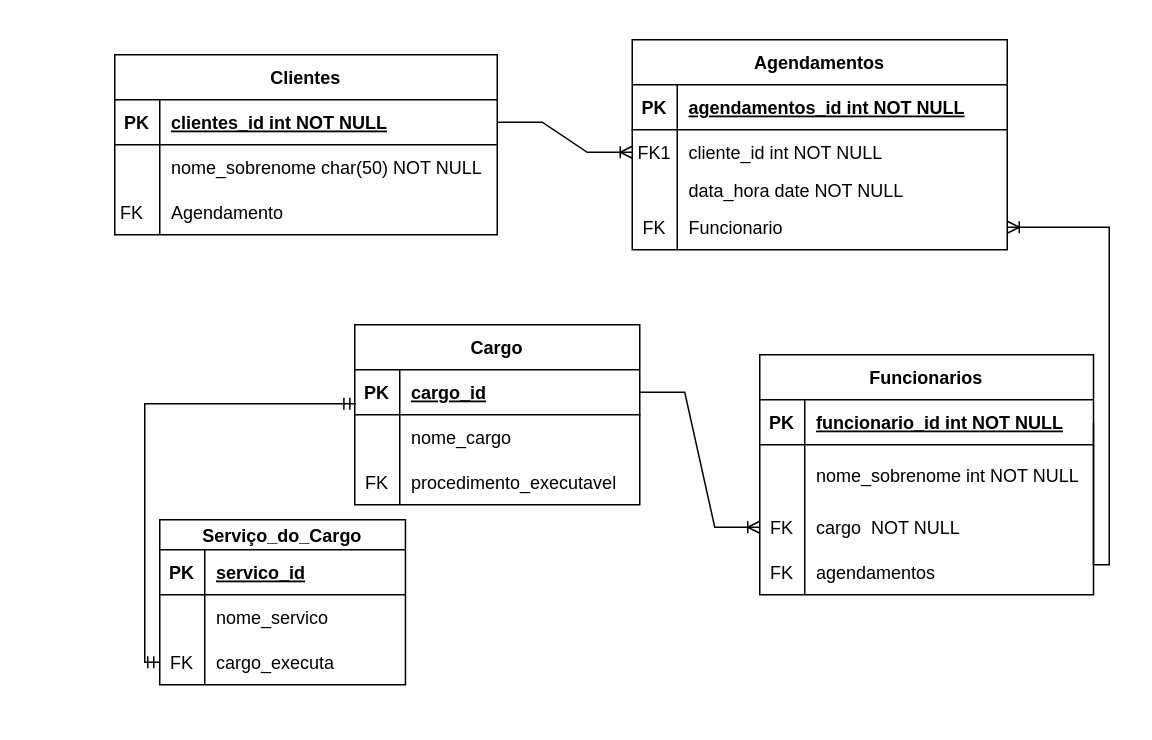
The draw.io diagram Untitled Diagram.drawio in ViniciusTaurisano/ctd-2bi-bancodedados-a9-checkpoint1, before the edit. Source tidied: cells renumbered, new cells numbered last; positions are measured from the earlier drawing's top-left corner, leaving out a move shared by most shapes. Both pictures are drawn from the tidied source at 150%, with x=0, y=0 at pixel (114, 39).
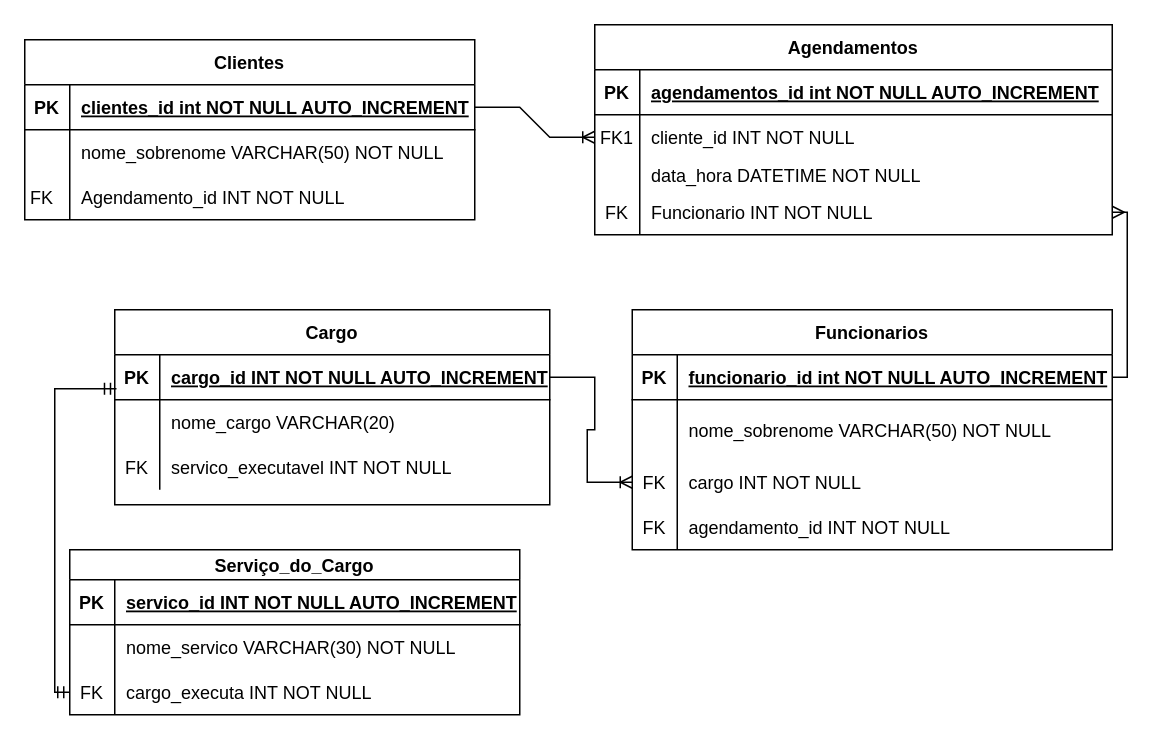
Above is the later version.

Diff of the diagram source:
```diff
@@
     <mxCell id="2" value="Agendamentos" style="shape=table;startSize=30;childLayout=tableLayout;rowLines=0;fontStyle=1;align=center;" parent="1" vertex="1">
-      <mxGeometry x="345" width="250" height="140" as="geometry" />
+      <mxGeometry x="320" y="-10" width="345" height="140" as="geometry" />
     </mxCell>
     <mxCell id="3" style="shape=partialRectangle;fillColor=none;top=0;left=0;right=0;bottom=1;" parent="2" vertex="1">
-      <mxGeometry y="30" width="250" height="30" as="geometry" />
+      <mxGeometry y="30" width="345" height="30" as="geometry" />
     </mxCell>
@@
-    <mxCell id="5" value="agendamentos_id int NOT NULL " style="shape=partialRectangle;overflow=hidden;fillColor=none;top=0;left=0;bottom=0;right=0;align=left;spacingLeft=6;fontStyle=5;" parent="3" vertex="1">
-      <mxGeometry x="30" width="220" height="30" as="geometry" />
+    <mxCell id="5" value="agendamentos_id int NOT NULL AUTO_INCREMENT" style="shape=partialRectangle;overflow=hidden;fillColor=none;top=0;left=0;bottom=0;right=0;align=left;spacingLeft=6;fontStyle=5;" parent="3" vertex="1">
+      <mxGeometry x="30" width="315" height="30" as="geometry" />
     </mxCell>
     <mxCell id="6" style="shape=partialRectangle;fillColor=none;points=[[0,0.5],[1,0.5]];portConstraint=eastwest;top=0;left=0;right=0;bottom=0;" parent="2" vertex="1">
-      <mxGeometry y="60" width="250" height="30" as="geometry" />
+      <mxGeometry y="60" width="345" height="30" as="geometry" />
     </mxCell>
@@
-    <mxCell id="8" value="cliente_id int NOT NULL" style="shape=partialRectangle;overflow=hidden;fillColor=none;top=0;left=0;bottom=0;right=0;align=left;spacingLeft=6;" parent="6" vertex="1">
-      <mxGeometry x="30" width="220" height="30" as="geometry" />
+    <mxCell id="8" value="cliente_id INT NOT NULL" style="shape=partialRectangle;overflow=hidden;fillColor=none;top=0;left=0;bottom=0;right=0;align=left;spacingLeft=6;" parent="6" vertex="1">
+      <mxGeometry x="30" width="315" height="30" as="geometry" />
     </mxCell>
     <mxCell id="9" style="shape=partialRectangle;fillColor=none;top=0;left=0;right=0;bottom=0;" parent="2" vertex="1">
-      <mxGeometry y="90" width="250" height="20" as="geometry" />
+      <mxGeometry y="90" width="345" height="20" as="geometry" />
     </mxCell>
@@
-    <mxCell id="11" value="data_hora date NOT NULL" style="shape=partialRectangle;overflow=hidden;fillColor=none;top=0;left=0;bottom=0;right=0;align=left;spacingLeft=6;" parent="9" vertex="1">
-      <mxGeometry x="30" width="220" height="20" as="geometry" />
+    <mxCell id="11" value="data_hora DATETIME NOT NULL" style="shape=partialRectangle;overflow=hidden;fillColor=none;top=0;left=0;bottom=0;right=0;align=left;spacingLeft=6;" parent="9" vertex="1">
+      <mxGeometry x="30" width="315" height="20" as="geometry" />
     </mxCell>
     <mxCell id="12" style="shape=tableRow;horizontal=0;startSize=0;swimlaneHead=0;swimlaneBody=0;fillColor=none;points=[[0,0.5],[1,0.5]];portConstraint=eastwest;top=0;left=0;right=0;bottom=0;" parent="2" vertex="1">
-      <mxGeometry y="110" width="250" height="30" as="geometry" />
+      <mxGeometry y="110" width="345" height="30" as="geometry" />
     </mxCell>
@@
-    <mxCell id="14" value="Funcionario" style="shape=partialRectangle;fillColor=none;top=0;left=0;bottom=0;right=0;align=left;spacingLeft=6;overflow=hidden;" parent="12" vertex="1">
-      <mxGeometry x="30" width="220" height="30" as="geometry" />
+    <mxCell id="14" value="Funcionario INT NOT NULL" style="shape=partialRectangle;fillColor=none;top=0;left=0;bottom=0;right=0;align=left;spacingLeft=6;overflow=hidden;" parent="12" vertex="1">
+      <mxGeometry x="30" width="315" height="30" as="geometry" />
     </mxCell>
     <mxCell id="15" value="Funcionarios" style="shape=table;startSize=30;childLayout=tableLayout;rowLines=0;fontStyle=1;align=center;" parent="1" vertex="1">
-      <mxGeometry x="430" y="210" width="222.5" height="160" as="geometry" />
+      <mxGeometry x="345" y="180" width="320" height="160" as="geometry" />
     </mxCell>
     <mxCell id="16" style="shape=partialRectangle;fillColor=none;points=[[0,0.5],[1,0.5]];portConstraint=eastwest;top=0;left=0;right=0;bottom=1;" parent="15" vertex="1">
-      <mxGeometry y="30" width="222.5" height="30" as="geometry" />
+      <mxGeometry y="30" width="320" height="30" as="geometry" />
     </mxCell>
@@
-    <mxCell id="18" value="funcionario_id int NOT NULL " style="shape=partialRectangle;overflow=hidden;fillColor=none;top=0;left=0;bottom=0;right=0;align=left;spacingLeft=6;fontStyle=5;" parent="16" vertex="1">
-      <mxGeometry x="30" width="192.5" height="30" as="geometry" />
+    <mxCell id="18" value="funcionario_id int NOT NULL AUTO_INCREMENT" style="shape=partialRectangle;overflow=hidden;fillColor=none;top=0;left=0;bottom=0;right=0;align=left;spacingLeft=6;fontStyle=5;" parent="16" vertex="1">
+      <mxGeometry x="30" width="290" height="30" as="geometry" />
     </mxCell>
     <mxCell id="19" style="shape=partialRectangle;fillColor=none;top=0;left=0;right=0;bottom=0;" parent="15" vertex="1">
-      <mxGeometry y="60" width="222.5" height="40" as="geometry" />
+      <mxGeometry y="60" width="320" height="40" as="geometry" />
     </mxCell>
@@
-    <mxCell id="21" value="nome_sobrenome int NOT NULL" style="shape=partialRectangle;overflow=hidden;fillColor=none;top=0;left=0;bottom=0;right=0;align=left;spacingLeft=6;" parent="19" vertex="1">
-      <mxGeometry x="30" width="192.5" height="40" as="geometry" />
+    <mxCell id="21" value="nome_sobrenome VARCHAR(50) NOT NULL" style="shape=partialRectangle;overflow=hidden;fillColor=none;top=0;left=0;bottom=0;right=0;align=left;spacingLeft=6;" parent="19" vertex="1">
+      <mxGeometry x="30" width="290" height="40" as="geometry" />
     </mxCell>
     <mxCell id="22" style="shape=partialRectangle;fillColor=none;points=[[0,0.5],[1,0.5]];portConstraint=eastwest;top=0;left=0;right=0;bottom=0;" parent="15" vertex="1">
-      <mxGeometry y="100" width="222.5" height="30" as="geometry" />
+      <mxGeometry y="100" width="320" height="30" as="geometry" />
     </mxCell>
@@
-    <mxCell id="24" value="cargo  NOT NULL" style="shape=partialRectangle;overflow=hidden;fillColor=none;top=0;left=0;bottom=0;right=0;align=left;spacingLeft=6;" parent="22" vertex="1">
-      <mxGeometry x="30" width="192.5" height="30" as="geometry" />
+    <mxCell id="24" value="cargo INT NOT NULL" style="shape=partialRectangle;overflow=hidden;fillColor=none;top=0;left=0;bottom=0;right=0;align=left;spacingLeft=6;" parent="22" vertex="1">
+      <mxGeometry x="30" width="290" height="30" as="geometry" />
     </mxCell>
     <mxCell id="25" style="shape=tableRow;horizontal=0;startSize=0;swimlaneHead=0;swimlaneBody=0;fillColor=none;top=0;left=0;right=0;bottom=0;" parent="15" vertex="1">
-      <mxGeometry y="130" width="222.5" height="30" as="geometry" />
+      <mxGeometry y="130" width="320" height="30" as="geometry" />
     </mxCell>
@@
-    <mxCell id="27" value="agendamentos" style="shape=partialRectangle;fillColor=none;top=0;left=0;bottom=0;right=0;align=left;spacingLeft=6;overflow=hidden;" parent="25" vertex="1">
-      <mxGeometry x="30" width="192.5" height="30" as="geometry" />
+    <mxCell id="27" value="agendamento_id INT NOT NULL" style="shape=partialRectangle;fillColor=none;top=0;left=0;bottom=0;right=0;align=left;spacingLeft=6;overflow=hidden;" parent="25" vertex="1">
+      <mxGeometry x="30" width="290" height="30" as="geometry" />
     </mxCell>
     <mxCell id="28" value="Clientes" style="shape=table;startSize=30;childLayout=tableLayout;rowLines=0;fontStyle=1;align=center;" parent="1" vertex="1">
-      <mxGeometry y="10" width="255" height="120" as="geometry" />
+      <mxGeometry x="-60" width="300" height="120" as="geometry" />
     </mxCell>
     <mxCell id="29" style="shape=partialRectangle;fillColor=none;points=[[0,0.5],[1,0.5]];portConstraint=eastwest;top=0;left=0;right=0;bottom=1;" parent="28" vertex="1">
-      <mxGeometry y="30" width="255" height="30" as="geometry" />
+      <mxGeometry y="30" width="300" height="30" as="geometry" />
     </mxCell>
@@
-    <mxCell id="31" value="clientes_id int NOT NULL " style="shape=partialRectangle;overflow=hidden;fillColor=none;top=0;left=0;bottom=0;right=0;align=left;spacingLeft=6;fontStyle=5;" parent="29" vertex="1">
-      <mxGeometry x="30" width="225" height="30" as="geometry" />
+    <mxCell id="31" value="clientes_id int NOT NULL AUTO_INCREMENT" style="shape=partialRectangle;overflow=hidden;fillColor=none;top=0;left=0;bottom=0;right=0;align=left;spacingLeft=6;fontStyle=5;" parent="29" vertex="1">
+      <mxGeometry x="30" width="270" height="30" as="geometry" />
     </mxCell>
     <mxCell id="32" style="shape=partialRectangle;fillColor=none;top=0;left=0;right=0;bottom=0;" parent="28" vertex="1">
-      <mxGeometry y="60" width="255" height="30" as="geometry" />
+      <mxGeometry y="60" width="300" height="30" as="geometry" />
     </mxCell>
@@
-    <mxCell id="34" value="nome_sobrenome char(50) NOT NULL" style="shape=partialRectangle;overflow=hidden;fillColor=none;top=0;left=0;bottom=0;right=0;align=left;spacingLeft=6;" parent="32" vertex="1">
-      <mxGeometry x="30" width="225" height="30" as="geometry" />
+    <mxCell id="34" value="nome_sobrenome VARCHAR(50) NOT NULL" style="shape=partialRectangle;overflow=hidden;fillColor=none;top=0;left=0;bottom=0;right=0;align=left;spacingLeft=6;" parent="32" vertex="1">
+      <mxGeometry x="30" width="270" height="30" as="geometry" />
     </mxCell>
     <mxCell id="35" style="shape=tableRow;horizontal=0;startSize=0;swimlaneHead=0;swimlaneBody=0;fillColor=none;top=0;left=0;right=0;bottom=0;" parent="28" vertex="1">
-      <mxGeometry y="90" width="255" height="30" as="geometry" />
+      <mxGeometry y="90" width="300" height="30" as="geometry" />
     </mxCell>
@@
-    <mxCell id="37" value="Agendamento" style="shape=partialRectangle;fillColor=none;top=0;left=0;bottom=0;right=0;align=left;spacingLeft=6;overflow=hidden;" parent="35" vertex="1">
-      <mxGeometry x="30" width="225" height="30" as="geometry" />
+    <mxCell id="37" value="Agendamento_id INT NOT NULL" style="shape=partialRectangle;fillColor=none;top=0;left=0;bottom=0;right=0;align=left;spacingLeft=6;overflow=hidden;" parent="35" vertex="1">
+      <mxGeometry x="30" width="270" height="30" as="geometry" />
     </mxCell>
     <mxCell id="38" value="Cargo" style="shape=table;startSize=30;childLayout=tableLayout;rowLines=0;fontStyle=1;align=center;" parent="1" vertex="1">
-      <mxGeometry x="160" y="190" width="190" height="120" as="geometry" />
+      <mxGeometry y="180" width="290" height="130" as="geometry" />
     </mxCell>
     <mxCell id="39" style="shape=tableRow;horizontal=0;startSize=0;swimlaneHead=0;swimlaneBody=0;fillColor=none;points=[[0,0.5],[1,0.5]];portConstraint=eastwest;top=0;left=0;right=0;bottom=1;" parent="38" vertex="1">
-      <mxGeometry y="30" width="190" height="30" as="geometry" />
+      <mxGeometry y="30" width="290" height="30" as="geometry" />
     </mxCell>
@@
-    <mxCell id="41" value="cargo_id" style="shape=partialRectangle;fillColor=none;top=0;left=0;bottom=0;right=0;align=left;spacingLeft=6;fontStyle=5;overflow=hidden;" parent="39" vertex="1">
-      <mxGeometry x="30" width="160" height="30" as="geometry" />
+    <mxCell id="41" value="cargo_id INT NOT NULL AUTO_INCREMENT" style="shape=partialRectangle;fillColor=none;top=0;left=0;bottom=0;right=0;align=left;spacingLeft=6;fontStyle=5;overflow=hidden;" parent="39" vertex="1">
+      <mxGeometry x="30" width="260" height="30" as="geometry" />
     </mxCell>
     <mxCell id="42" style="shape=tableRow;horizontal=0;startSize=0;swimlaneHead=0;swimlaneBody=0;fillColor=none;top=0;left=0;right=0;bottom=0;" parent="38" vertex="1">
-      <mxGeometry y="60" width="190" height="30" as="geometry" />
+      <mxGeometry y="60" width="290" height="30" as="geometry" />
     </mxCell>
@@
-    <mxCell id="44" value="nome_cargo" style="shape=partialRectangle;fillColor=none;top=0;left=0;bottom=0;right=0;align=left;spacingLeft=6;overflow=hidden;" parent="42" vertex="1">
-      <mxGeometry x="30" width="160" height="30" as="geometry" />
+    <mxCell id="44" value="nome_cargo VARCHAR(20)" style="shape=partialRectangle;fillColor=none;top=0;left=0;bottom=0;right=0;align=left;spacingLeft=6;overflow=hidden;" parent="42" vertex="1">
+      <mxGeometry x="30" width="260" height="30" as="geometry" />
     </mxCell>
     <mxCell id="45" style="shape=tableRow;horizontal=0;startSize=0;swimlaneHead=0;swimlaneBody=0;fillColor=none;top=0;left=0;right=0;bottom=0;" parent="38" vertex="1">
-      <mxGeometry y="90" width="190" height="30" as="geometry" />
+      <mxGeometry y="90" width="290" height="30" as="geometry" />
     </mxCell>
@@
-    <mxCell id="47" value="procedimento_executavel" style="shape=partialRectangle;fillColor=none;top=0;left=0;bottom=0;right=0;align=left;spacingLeft=6;overflow=hidden;" parent="45" vertex="1">
-      <mxGeometry x="30" width="160" height="30" as="geometry" />
+    <mxCell id="47" value="servico_executavel INT NOT NULL" style="shape=partialRectangle;fillColor=none;top=0;left=0;bottom=0;right=0;align=left;spacingLeft=6;overflow=hidden;" parent="45" vertex="1">
+      <mxGeometry x="30" width="260" height="30" as="geometry" />
     </mxCell>
     <mxCell id="48" value="Serviço_do_Cargo" style="shape=table;startSize=20;childLayout=tableLayout;rowLines=0;fontStyle=1;align=center;" parent="1" vertex="1">
-      <mxGeometry x="30" y="320" width="163.8" height="110" as="geometry" />
+      <mxGeometry x="-30" y="340" width="300" height="110" as="geometry" />
     </mxCell>
     <mxCell id="49" style="shape=partialRectangle;fillColor=none;top=0;left=0;right=0;bottom=1;" parent="48" vertex="1">
-      <mxGeometry y="20" width="163.8" height="30" as="geometry" />
+      <mxGeometry y="20" width="300" height="30" as="geometry" />
     </mxCell>
@@
-    <mxCell id="51" value="servico_id" style="shape=partialRectangle;overflow=hidden;fillColor=none;top=0;left=0;bottom=0;right=0;align=left;spacingLeft=6;fontStyle=5;" parent="49" vertex="1">
-      <mxGeometry x="30" width="133.8" height="30" as="geometry" />
+    <mxCell id="51" value="servico_id INT NOT NULL AUTO_INCREMENT" style="shape=partialRectangle;overflow=hidden;fillColor=none;top=0;left=0;bottom=0;right=0;align=left;spacingLeft=6;fontStyle=5;" parent="49" vertex="1">
+      <mxGeometry x="30" width="270" height="30" as="geometry" />
     </mxCell>
     <mxCell id="52" style="shape=partialRectangle;fillColor=none;top=0;left=0;right=0;bottom=0;" parent="48" vertex="1">
-      <mxGeometry y="50" width="163.8" height="30" as="geometry" />
+      <mxGeometry y="50" width="300" height="30" as="geometry" />
     </mxCell>
@@
-    <mxCell id="54" value="nome_servico" style="shape=partialRectangle;overflow=hidden;fillColor=none;top=0;left=0;bottom=0;right=0;align=left;spacingLeft=6;" parent="52" vertex="1">
-      <mxGeometry x="30" width="133.8" height="30" as="geometry" />
+    <mxCell id="54" value="nome_servico VARCHAR(30) NOT NULL" style="shape=partialRectangle;overflow=hidden;fillColor=none;top=0;left=0;bottom=0;right=0;align=left;spacingLeft=6;" parent="52" vertex="1">
+      <mxGeometry x="30" width="270" height="30" as="geometry" />
     </mxCell>
     <mxCell id="55" style="shape=tableRow;horizontal=0;startSize=0;swimlaneHead=0;swimlaneBody=0;fillColor=none;points=[[0,0.5],[1,0.5]];portConstraint=eastwest;top=0;left=0;right=0;bottom=0;" parent="48" vertex="1">
-      <mxGeometry y="80" width="163.8" height="30" as="geometry" />
+      <mxGeometry y="80" width="300" height="30" as="geometry" />
     </mxCell>
@@
-    <mxCell id="57" value="cargo_executa" style="shape=partialRectangle;fillColor=none;top=0;left=0;bottom=0;right=0;align=left;spacingLeft=6;overflow=hidden;" parent="55" vertex="1">
-      <mxGeometry x="30" width="133.8" height="30" as="geometry" />
+    <mxCell id="57" value="cargo_executa INT NOT NULL" style="shape=partialRectangle;fillColor=none;top=0;left=0;bottom=0;right=0;align=left;spacingLeft=6;overflow=hidden;" parent="55" vertex="1">
+      <mxGeometry x="30" width="270" height="30" as="geometry" />
     </mxCell>
@@
-    <mxCell id="59" style="edgeStyle=orthogonalEdgeStyle;fontSize=12;html=1;endArrow=ERoneToMany;rounded=0;entryX=1;entryY=0.5;entryDx=0;entryDy=0;exitX=1;exitY=0.5;exitDx=0;exitDy=0;" parent="1" edge="1" source="16" target="12">
-      <mxGeometry relative="1" as="geometry">
-        <Array as="points">
-          <mxPoint x="653" y="350" />
-          <mxPoint x="663" y="350" />
-          <mxPoint x="663" y="125" />
-        </Array>
-      </mxGeometry>
-    </mxCell>
@@
+    <mxCell id="59" style="edgeStyle=orthogonalEdgeStyle;fontSize=12;html=1;endArrow=ERmany;rounded=0;exitX=1;exitY=0.5;exitDx=0;exitDy=0;entryX=1;entryY=0.5;entryDx=0;entryDy=0;elbow=vertical;" parent="1" edge="1" source="16" target="12">
+      <mxGeometry relative="1" as="geometry" />
+    </mxCell>
```
